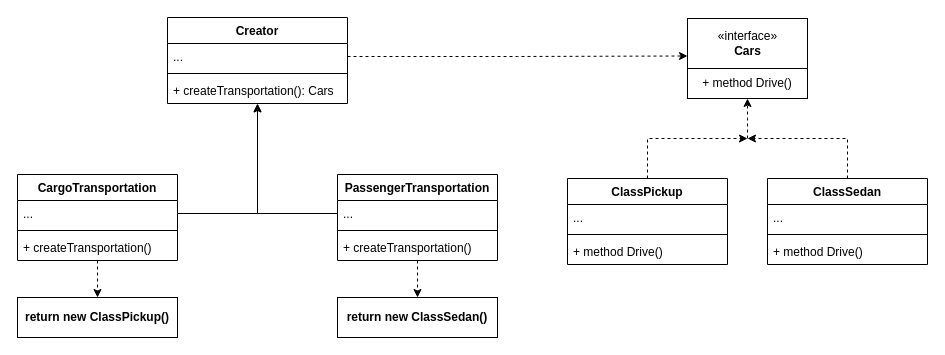
Before: Untitled Diagram.drawio in grhgrmgrhrm/drawio, a draw.io diagram. Source tidied: cells renumbered, new cells numbered last; positions are measured from the earlier drawing's top-left corner, leaving out a move shared by most shapes. Both pictures are drawn from the tidied source at 100%, with x=0, y=0 at pixel (17, 17).
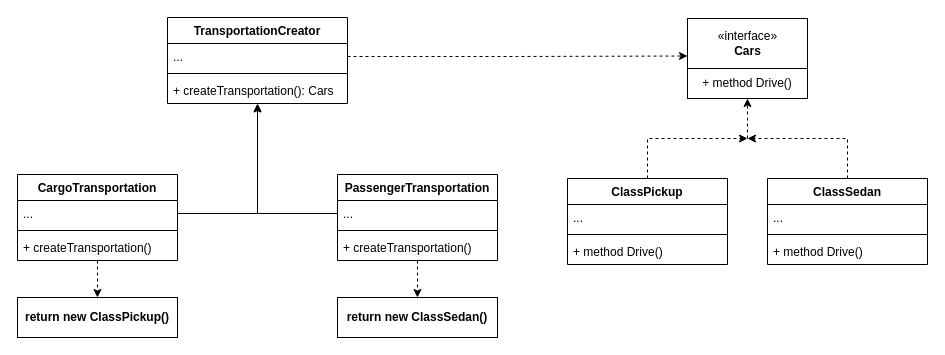
Above is the later version.

Diff of the diagram source:
```diff
@@
-    <mxCell id="15" value="Creator" style="swimlane;fontStyle=1;align=center;verticalAlign=top;horizontal=1;startSize=26;" parent="1" vertex="1">
+    <mxCell id="15" value="TransportationCreator" style="swimlane;fontStyle=1;align=center;verticalAlign=top;horizontal=1;startSize=26;" parent="1" vertex="1">
       <mxGeometry x="150" width="180" height="86" as="geometry" />
     </mxCell>
```
